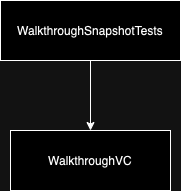
Earlier version of the draw.io export MarvelSampleTests/Tests/Walkthrough/WalkthroughSnapshotTests.drawio.png (hiren9697/MavelSample). Source tidied: cells renumbered, new cells last; positions are measured from the earlier drawing's top-left corner, leaving out a move shared by most shapes. Source of this version:
```xml
<mxGraphModel>
  <root>
    <mxCell id="0" />
    <mxCell id="1" parent="0" />
    <mxCell id="2" style="edgeStyle=orthogonalEdgeStyle;rounded=0;jettySize=auto;html=1;entryX=0.5;entryY=0;entryDx=0;entryDy=0;" parent="1" edge="1" source="3" target="4">
      <mxGeometry relative="1" as="geometry" />
    </mxCell>
    <mxCell id="3" value="WalkthroughSnapshotTests" style="rounded=0;whiteSpace=wrap;html=1;" parent="1" vertex="1">
      <mxGeometry width="180" height="60" as="geometry" />
    </mxCell>
    <mxCell id="4" value="WalkthroughVC" style="rounded=0;whiteSpace=wrap;html=1;" parent="1" vertex="1">
      <mxGeometry x="10" y="130" width="160" height="60" as="geometry" />
    </mxCell>
  </root>
</mxGraphModel>
```
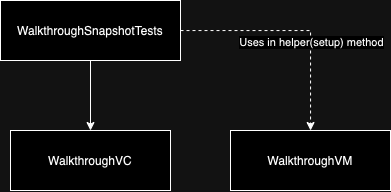
After the change.

Diff of the diagram source:
```diff
@@ -5,11 +5,20 @@
     <mxCell id="2" style="edgeStyle=orthogonalEdgeStyle;rounded=0;jettySize=auto;html=1;entryX=0.5;entryY=0;entryDx=0;entryDy=0;" parent="1" edge="1" source="3" target="4">
       <mxGeometry relative="1" as="geometry" />
     </mxCell>
+    <mxCell id="5" style="edgeStyle=orthogonalEdgeStyle;rounded=0;jettySize=auto;html=1;dashed=1;" parent="1" edge="1" source="3" target="7">
+      <mxGeometry relative="1" as="geometry" />
+    </mxCell>
+    <mxCell id="6" value="Uses in helper(setup) method" style="edgeLabel;html=1;align=center;verticalAlign=middle;" parent="5" vertex="1">
+      <mxGeometry x="0.23" relative="1" as="geometry" />
+    </mxCell>
     <mxCell id="3" value="WalkthroughSnapshotTests" style="rounded=0;whiteSpace=wrap;html=1;" parent="1" vertex="1">
       <mxGeometry width="180" height="60" as="geometry" />
     </mxCell>
     <mxCell id="4" value="WalkthroughVC" style="rounded=0;whiteSpace=wrap;html=1;" parent="1" vertex="1">
       <mxGeometry x="10" y="130" width="160" height="60" as="geometry" />
     </mxCell>
+    <mxCell id="7" value="WalkthroughVM" style="rounded=0;whiteSpace=wrap;html=1;" parent="1" vertex="1">
+      <mxGeometry x="230" y="130" width="160" height="60" as="geometry" />
+    </mxCell>
   </root>
 </mxGraphModel>
```
